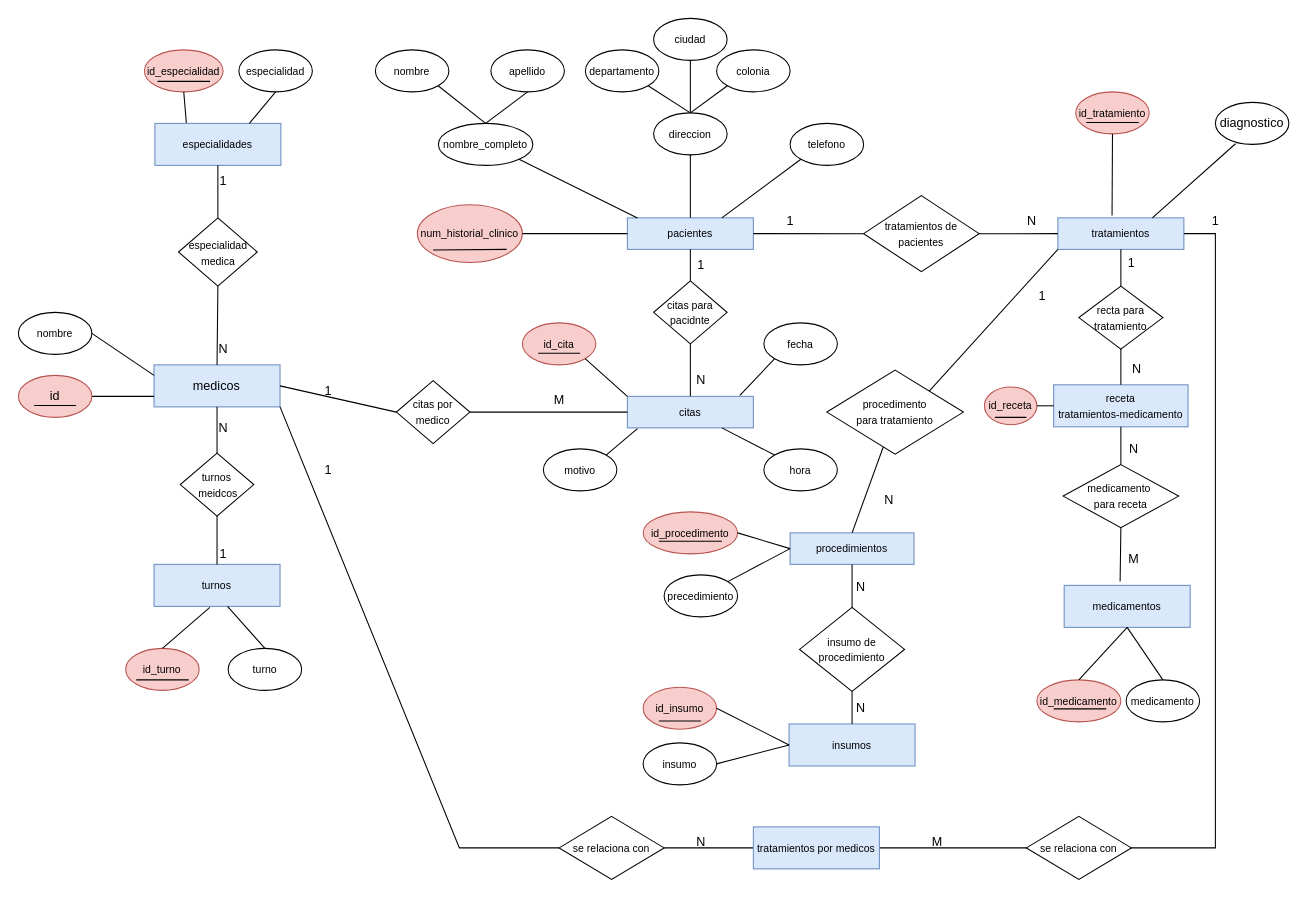
KCruz2004/Lab1_Bases_De_Datos keeps this draw.io diagram as ejercicio 5/diagrama ejercicio 5.drawio. Above is the earlier version. Source tidied: cells renumbered, new cells numbered last; positions are measured from the earlier drawing's top-left corner, leaving out a move shared by most shapes. Both pictures are drawn from the tidied source at 105%, with x=0, y=0 at pixel (18, 18).
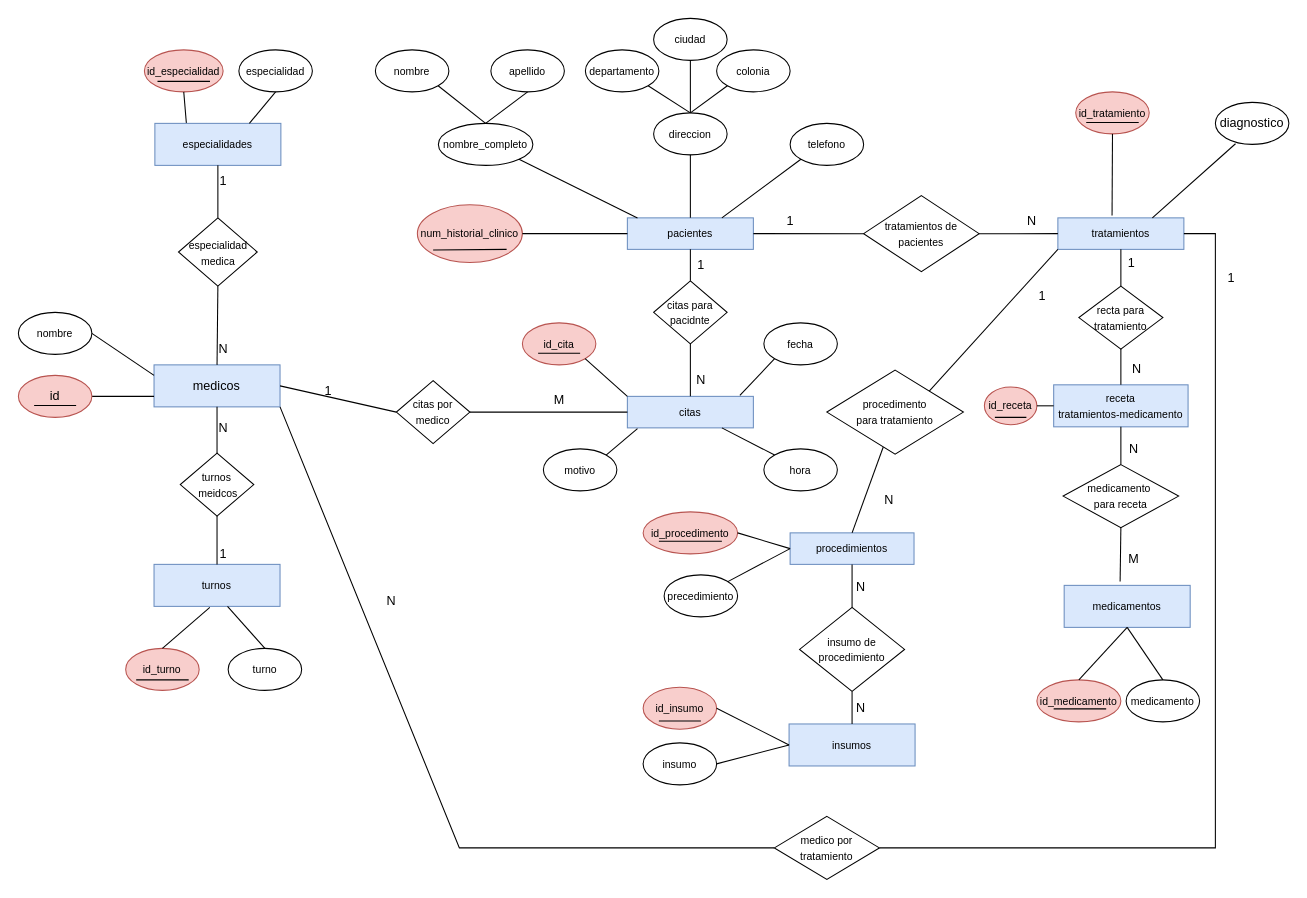
Above is the later version.

Commit message (it also covers changes not shown here):
modifcando ejercicio 5

Diff of the diagram source:
```diff
@@
-    <mxCell id="101" value="&lt;span style=&quot;font-size: 10px;&quot;&gt;se relaciona con&lt;/span&gt;" style="rhombus;whiteSpace=wrap;html=1;" parent="1" vertex="1">
-      <mxGeometry x="515" y="760" width="100" height="60" as="geometry" />
+    <mxCell id="101" value="&lt;span style=&quot;font-size: 10px;&quot;&gt;medico por tratamiento&lt;/span&gt;" style="rhombus;whiteSpace=wrap;html=1;" parent="1" vertex="1">
+      <mxGeometry x="720" y="760" width="100" height="60" as="geometry" />
     </mxCell>
@@
-    <mxCell id="123" value="M" style="text;html=1;align=center;verticalAlign=middle;strokeColor=none;fillColor=none;" parent="1" vertex="1">
-      <mxGeometry x="860" y="770" width="30" height="30" as="geometry" />
-    </mxCell>
     <mxCell id="124" value="N" style="text;html=1;align=center;verticalAlign=middle;strokeColor=none;fillColor=none;" parent="1" vertex="1">
-      <mxGeometry x="635" y="770" width="30" height="30" as="geometry" />
+      <mxGeometry x="340" y="540" width="30" height="30" as="geometry" />
     </mxCell>
@@
-    <mxCell id="129" value="&lt;font size=&quot;1&quot;&gt;tratamientos por medicos&lt;/font&gt;" style="rounded=0;whiteSpace=wrap;html=1;fillColor=#dae8fc;strokeColor=#6c8ebf;" parent="1" vertex="1">
-      <mxGeometry x="700" y="770" width="120" height="40" as="geometry" />
-    </mxCell>
-    <mxCell id="130" value="1" style="text;html=1;align=center;verticalAlign=middle;strokeColor=none;fillColor=none;" parent="1" vertex="1">
-      <mxGeometry x="280" y="415" width="30" height="30" as="geometry" />
-    </mxCell>
     <mxCell id="131" value="1" style="text;html=1;align=center;verticalAlign=middle;strokeColor=none;fillColor=none;" parent="1" vertex="1">
-      <mxGeometry x="1125" y="178" width="30" height="30" as="geometry" />
+      <mxGeometry x="1140" y="232.5" width="30" height="30" as="geometry" />
     </mxCell>
-    <mxCell id="132" value="&lt;span style=&quot;font-size: 10px;&quot;&gt;se relaciona con&lt;/span&gt;" style="rhombus;whiteSpace=wrap;html=1;" parent="1" vertex="1">
-      <mxGeometry x="960" y="760" width="100" height="60" as="geometry" />
-    </mxCell>
```
